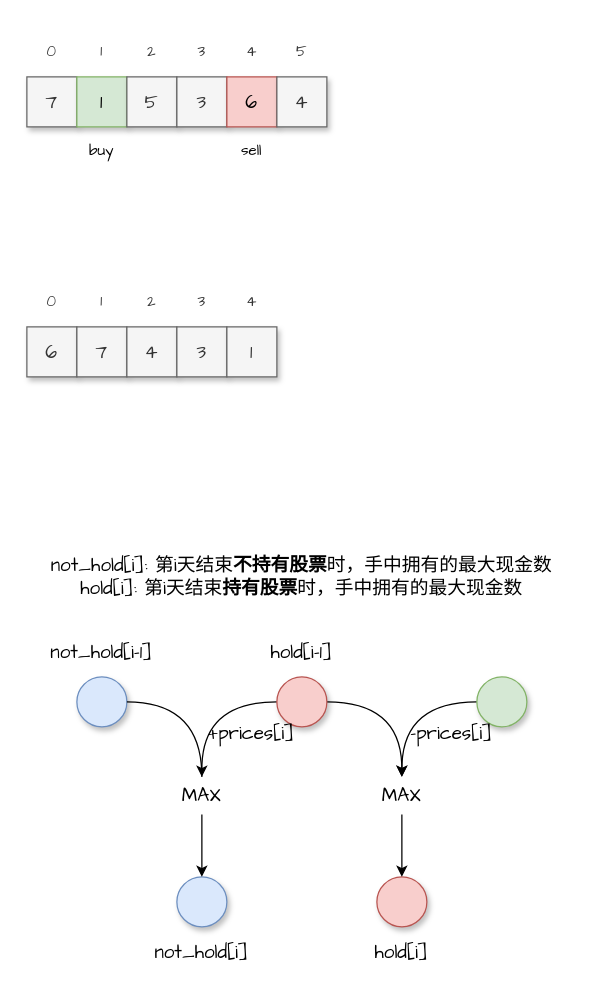
goldknife6/algorithm keeps this draw.io diagram as draw.io/买卖股票的最佳时机I.drawio. Above is the earlier version. Source tidied: cells renumbered, new cells numbered last; positions are measured from the earlier drawing's top-left corner, leaving out a move shared by most shapes. Both pictures are drawn from the tidied source at 125%, with x=0, y=0 at pixel (26, 26).
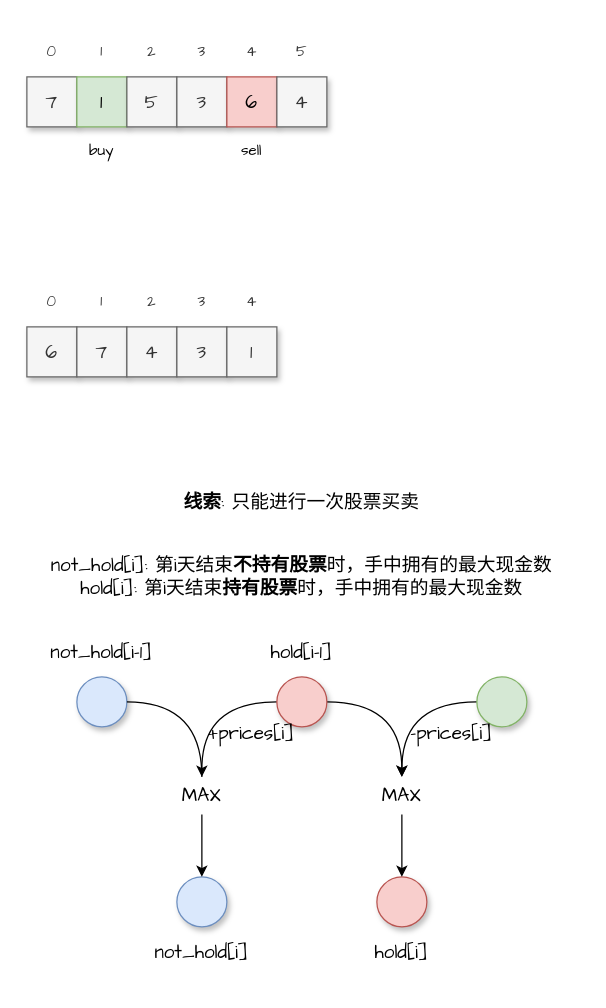
Above is the later version.

Commit message:
更新买卖股票的最佳时机I.drawio

Change to the diagram source:
```diff
@@
+    <mxCell id="46" value="&lt;font style=&quot;font-size: 15px&quot; face=&quot;Comic Sans MS&quot;&gt;&lt;b&gt;线索&lt;/b&gt;: 只能进行一次股票买卖&lt;/font&gt;" style="text;html=1;strokeColor=none;fillColor=none;align=center;verticalAlign=middle;whiteSpace=wrap;rounded=0;" parent="1" vertex="1">
+      <mxGeometry x="80" y="360" width="280" height="40" as="geometry" />
+    </mxCell>
```
